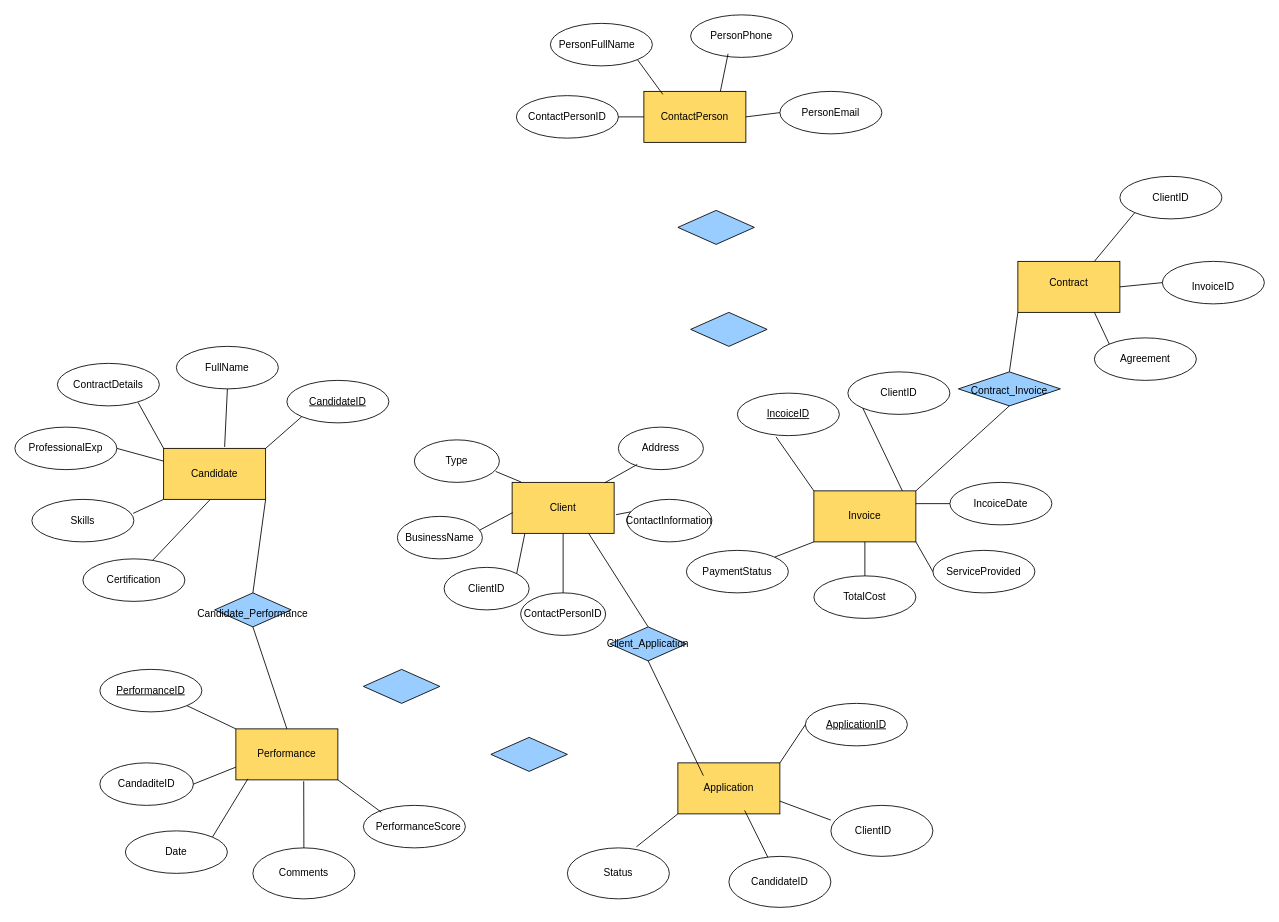
This is shcema.drawio from JPGR11/DataBaseCompetition, a draw.io file, before an edit. Source tidied: cells renumbered, new cells numbered last; positions are measured from the earlier drawing's top-left corner, leaving out a move shared by most shapes. Both pictures are drawn from the tidied source at 85%, with x=0, y=0 at pixel (14, 14).
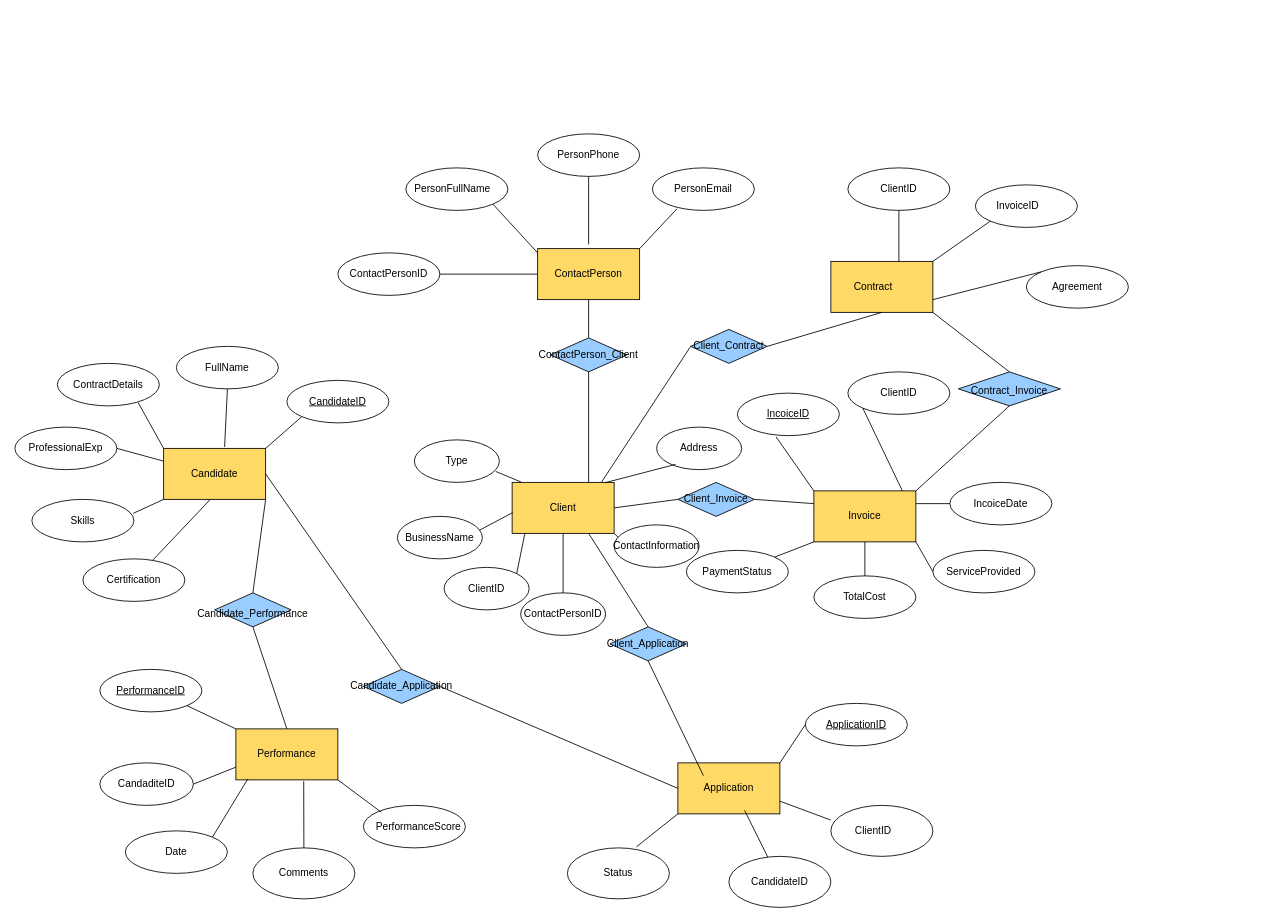
After the change.

The change refers to these unchanged cells:
```xml
<mxCell id="3" style="rounded=0;whiteSpace=wrap;html=1;fillColor=#FFD966;" parent="1" vertex="1">
  <mxGeometry x="585" y="550" width="120" height="60" as="geometry" />
</mxCell>
<mxCell id="4" style="rounded=0;whiteSpace=wrap;html=1;fillColor=#FFD966;" parent="1" vertex="1">
  <mxGeometry x="175" y="510" width="120" height="60" as="geometry" />
</mxCell>
<mxCell id="23" style="rounded=0;whiteSpace=wrap;html=1;fillColor=#FFD966;" parent="1" vertex="1">
  <mxGeometry x="780" y="880" width="120" height="60" as="geometry" />
</mxCell>
<mxCell id="37" style="rounded=0;whiteSpace=wrap;html=1;fillColor=#FFD966;" parent="1" vertex="1">
  <mxGeometry x="940" y="560" width="120" height="60" as="geometry" />
</mxCell>
<mxCell id="96" style="rhombus;whiteSpace=wrap;html=1;fillColor=#99CCFF;" parent="1" vertex="1">
  <mxGeometry x="1110" y="420" width="120" height="40" as="geometry" />
</mxCell>
```

The edit, as a diff of the source:
```diff
@@
-    <mxCell id="2" value="ContactPerson" style="rounded=0;whiteSpace=wrap;html=1;fillColor=#FFD966;" parent="1" vertex="1">
-      <mxGeometry x="740" y="90" width="120" height="60" as="geometry" />
-    </mxCell>
@@
     <mxCell id="6" style="rounded=0;whiteSpace=wrap;html=1;fillColor=#FFD966;" parent="1" vertex="1">
-      <mxGeometry x="1180" y="290" width="120" height="60" as="geometry" />
+      <mxGeometry x="960" y="290" width="120" height="60" as="geometry" />
     </mxCell>
@@
     <mxCell id="57" style="ellipse;whiteSpace=wrap;html=1;" parent="1" vertex="1">
-      <mxGeometry x="1300" y="190" width="120" height="50" as="geometry" />
+      <mxGeometry x="980" y="180" width="120" height="50" as="geometry" />
     </mxCell>
     <mxCell id="58" style="ellipse;whiteSpace=wrap;html=1;" parent="1" vertex="1">
-      <mxGeometry x="1350" y="290" width="120" height="50" as="geometry" />
+      <mxGeometry x="1130" y="200" width="120" height="50" as="geometry" />
     </mxCell>
     <mxCell id="59" style="ellipse;whiteSpace=wrap;html=1;" parent="1" vertex="1">
-      <mxGeometry x="1270" y="380" width="120" height="50" as="geometry" />
+      <mxGeometry x="1190" y="295" width="120" height="50" as="geometry" />
     </mxCell>
     <mxCell id="60" value="Agreement" style="text;html=1;align=center;verticalAlign=middle;whiteSpace=wrap;rounded=0;" parent="1" vertex="1">
-      <mxGeometry x="1300" y="390" width="60" height="30" as="geometry" />
+      <mxGeometry x="1220" y="305" width="60" height="30" as="geometry" />
     </mxCell>
     <mxCell id="61" value="InvoiceID" style="text;html=1;align=center;verticalAlign=middle;whiteSpace=wrap;rounded=0;" parent="1" vertex="1">
-      <mxGeometry x="1380" y="305" width="60" height="30" as="geometry" />
+      <mxGeometry x="1150" y="210" width="60" height="30" as="geometry" />
     </mxCell>
     <mxCell id="62" value="ClientID" style="text;html=1;align=center;verticalAlign=middle;whiteSpace=wrap;rounded=0;" parent="1" vertex="1">
-      <mxGeometry x="1330" y="200" width="60" height="30" as="geometry" />
+      <mxGeometry x="1010" y="190" width="60" height="30" as="geometry" />
     </mxCell>
-    <mxCell id="63" style="endArrow=none;html=1;rounded=0;entryX=0;entryY=1;entryDx=0;entryDy=0;exitX=0.75;exitY=0;exitDx=0;exitDy=0;" parent="1" edge="1" source="6" target="57">
-      <mxGeometry relative="1" as="geometry" />
+    <mxCell id="63" style="endArrow=none;html=1;rounded=0;entryX=0.5;entryY=1;entryDx=0;entryDy=0;" parent="1" edge="1" target="57">
+      <mxGeometry relative="1" as="geometry">
+        <mxPoint x="1040" y="290" as="sourcePoint" />
+      </mxGeometry>
     </mxCell>
-    <mxCell id="64" style="endArrow=none;html=1;rounded=0;exitX=0;exitY=0.5;exitDx=0;exitDy=0;entryX=1;entryY=0.5;entryDx=0;entryDy=0;" parent="1" edge="1" source="58" target="6">
+    <mxCell id="64" style="endArrow=none;html=1;rounded=0;exitX=0;exitY=1;exitDx=0;exitDy=0;entryX=1;entryY=0;entryDx=0;entryDy=0;" parent="1" edge="1" source="58" target="6">
       <mxGeometry relative="1" as="geometry" />
     </mxCell>
-    <mxCell id="65" style="endArrow=none;html=1;rounded=0;exitX=0.75;exitY=1;exitDx=0;exitDy=0;entryX=0;entryY=0;entryDx=0;entryDy=0;" parent="1" edge="1" source="6" target="59">
+    <mxCell id="65" style="endArrow=none;html=1;rounded=0;exitX=1;exitY=0.75;exitDx=0;exitDy=0;entryX=0;entryY=0;entryDx=0;entryDy=0;" parent="1" edge="1" source="6" target="59">
       <mxGeometry relative="1" as="geometry" />
     </mxCell>
     <mxCell id="66" value="Contract" style="text;html=1;align=center;verticalAlign=middle;whiteSpace=wrap;rounded=0;" parent="1" vertex="1">
-      <mxGeometry x="1210" y="300" width="60" height="30" as="geometry" />
+      <mxGeometry x="980" y="305" width="60" height="30" as="geometry" />
     </mxCell>
@@
     <mxCell id="88" style="ellipse;whiteSpace=wrap;html=1;" parent="1" vertex="1">
-      <mxGeometry x="720" y="570" width="100" height="50" as="geometry" />
+      <mxGeometry x="705" y="600" width="100" height="50" as="geometry" />
     </mxCell>
     <mxCell id="89" style="ellipse;whiteSpace=wrap;html=1;" parent="1" vertex="1">
-      <mxGeometry x="710" y="485" width="100" height="50" as="geometry" />
+      <mxGeometry x="755" y="485" width="100" height="50" as="geometry" />
     </mxCell>
@@
-    <mxCell id="92" style="rhombus;whiteSpace=wrap;html=1;fillColor=#99CCFF;" parent="1" vertex="1">
+    <mxCell id="92" value="Candidate_Application" style="rhombus;whiteSpace=wrap;html=1;fillColor=#99CCFF;" parent="1" vertex="1">
       <mxGeometry x="410" y="770" width="90" height="40" as="geometry" />
     </mxCell>
     <mxCell id="93" style="rhombus;whiteSpace=wrap;html=1;fillColor=#99CCFF;" parent="1" vertex="1">
-      <mxGeometry x="780" y="230" width="90" height="40" as="geometry" />
+      <mxGeometry x="630" y="380" width="90" height="40" as="geometry" />
     </mxCell>
@@
     <mxCell id="95" style="rhombus;whiteSpace=wrap;html=1;fillColor=#99CCFF;" parent="1" vertex="1">
-      <mxGeometry x="795" y="350" width="90" height="40" as="geometry" />
+      <mxGeometry x="780" y="550" width="90" height="40" as="geometry" />
     </mxCell>
@@
-    <mxCell id="97" style="rhombus;whiteSpace=wrap;html=1;fillColor=#99CCFF;" parent="1" vertex="1">
-      <mxGeometry x="560" y="850" width="90" height="40" as="geometry" />
+    <mxCell id="97" value="Client_Contract" style="rhombus;whiteSpace=wrap;html=1;fillColor=#99CCFF;" parent="1" vertex="1">
+      <mxGeometry x="795" y="370" width="90" height="40" as="geometry" />
     </mxCell>
@@
-    <mxCell id="101" style="endArrow=none;html=1;rounded=0;entryX=0;entryY=1;entryDx=0;entryDy=0;exitX=0.5;exitY=0;exitDx=0;exitDy=0;" parent="1" edge="1" source="96" target="6">
+    <mxCell id="101" style="endArrow=none;html=1;rounded=0;entryX=1;entryY=1;entryDx=0;entryDy=0;exitX=0.5;exitY=0;exitDx=0;exitDy=0;" parent="1" edge="1" source="96" target="6">
       <mxGeometry relative="1" as="geometry" />
     </mxCell>
@@
     <mxCell id="109" value="ContactInformation" style="text;html=1;align=center;verticalAlign=middle;whiteSpace=wrap;rounded=0;" parent="1" vertex="1">
-      <mxGeometry x="740" y="580" width="60" height="30" as="geometry" />
+      <mxGeometry x="725" y="610" width="60" height="30" as="geometry" />
     </mxCell>
     <mxCell id="110" value="Address" style="text;html=1;align=center;verticalAlign=middle;whiteSpace=wrap;rounded=0;" parent="1" vertex="1">
-      <mxGeometry x="730" y="495" width="60" height="30" as="geometry" />
+      <mxGeometry x="775" y="495" width="60" height="30" as="geometry" />
     </mxCell>
@@
-    <mxCell id="120" style="endArrow=none;html=1;rounded=0;entryX=0.048;entryY=0.293;entryDx=0;entryDy=0;exitX=1.019;exitY=0.633;exitDx=0;exitDy=0;entryPerimeter=0;exitPerimeter=0;" parent="1" edge="1" source="3" target="88">
+    <mxCell id="120" style="endArrow=none;html=1;rounded=0;entryX=0.048;entryY=0.293;entryDx=0;entryDy=0;exitX=1;exitY=1;exitDx=0;exitDy=0;entryPerimeter=0;" parent="1" edge="1" source="3" target="88">
       <mxGeometry relative="1" as="geometry" />
     </mxCell>
-    <mxCell id="121" style="ellipse;whiteSpace=wrap;html=1;" parent="1" vertex="1">
-      <mxGeometry x="795" width="120" height="50" as="geometry" />
-    </mxCell>
-    <mxCell id="122" style="ellipse;whiteSpace=wrap;html=1;" parent="1" vertex="1">
-      <mxGeometry x="630" y="10" width="120" height="50" as="geometry" />
-    </mxCell>
-    <mxCell id="123" style="ellipse;whiteSpace=wrap;html=1;" parent="1" vertex="1">
-      <mxGeometry x="590" y="95" width="120" height="50" as="geometry" />
-    </mxCell>
-    <mxCell id="124" style="ellipse;whiteSpace=wrap;html=1;" parent="1" vertex="1">
-      <mxGeometry x="900" y="90" width="120" height="50" as="geometry" />
-    </mxCell>
+    <mxCell id="2" value="ContactPerson" style="rounded=0;whiteSpace=wrap;html=1;fillColor=#FFD966;" parent="1" vertex="1">
+      <mxGeometry x="615" y="275" width="120" height="60" as="geometry" />
+    </mxCell>
+    <mxCell id="133" style="ellipse;whiteSpace=wrap;html=1;" parent="1" vertex="1">
+      <mxGeometry x="615" y="140" width="120" height="50" as="geometry" />
+    </mxCell>
+    <mxCell id="134" style="ellipse;whiteSpace=wrap;html=1;" parent="1" vertex="1">
+      <mxGeometry x="460" y="180" width="120" height="50" as="geometry" />
+    </mxCell>
+    <mxCell id="135" style="ellipse;whiteSpace=wrap;html=1;" parent="1" vertex="1">
+      <mxGeometry x="380" y="280" width="120" height="50" as="geometry" />
+    </mxCell>
+    <mxCell id="136" style="ellipse;whiteSpace=wrap;html=1;" parent="1" vertex="1">
+      <mxGeometry x="750" y="180" width="120" height="50" as="geometry" />
+    </mxCell>
     <mxCell id="125" value="PersonEmail" style="text;html=1;align=center;verticalAlign=middle;whiteSpace=wrap;rounded=0;" parent="1" vertex="1">
-      <mxGeometry x="930" y="100" width="60" height="30" as="geometry" />
+      <mxGeometry x="780" y="190" width="60" height="30" as="geometry" />
     </mxCell>
     <mxCell id="126" value="PersonPhone" style="text;html=1;align=center;verticalAlign=middle;whiteSpace=wrap;rounded=0;" parent="1" vertex="1">
-      <mxGeometry x="825" y="10" width="60" height="30" as="geometry" />
+      <mxGeometry x="645" y="150" width="60" height="30" as="geometry" />
     </mxCell>
     <mxCell id="127" value="PersonFullName" style="text;html=1;align=center;verticalAlign=middle;whiteSpace=wrap;rounded=0;" parent="1" vertex="1">
-      <mxGeometry x="655" y="20" width="60" height="30" as="geometry" />
+      <mxGeometry x="485" y="190" width="60" height="30" as="geometry" />
     </mxCell>
     <mxCell id="128" value="ContactPersonID" style="text;html=1;align=center;verticalAlign=middle;whiteSpace=wrap;rounded=0;" parent="1" vertex="1">
-      <mxGeometry x="620" y="105" width="60" height="30" as="geometry" />
+      <mxGeometry x="410" y="290" width="60" height="30" as="geometry" />
     </mxCell>
-    <mxCell id="129" style="endArrow=none;html=1;rounded=0;exitX=0;exitY=0.5;exitDx=0;exitDy=0;entryX=1;entryY=0.5;entryDx=0;entryDy=0;" parent="1" edge="1" source="124" target="2">
-      <mxGeometry relative="1" as="geometry" />
-    </mxCell>
-    <mxCell id="130" style="endArrow=none;html=1;rounded=0;entryX=0.367;entryY=0.916;entryDx=0;entryDy=0;entryPerimeter=0;exitX=0.75;exitY=0;exitDx=0;exitDy=0;" parent="1" edge="1" source="2" target="121">
-      <mxGeometry relative="1" as="geometry" />
-    </mxCell>
-    <mxCell id="131" style="endArrow=none;html=1;rounded=0;exitX=1;exitY=1;exitDx=0;exitDy=0;entryX=0.186;entryY=0.059;entryDx=0;entryDy=0;entryPerimeter=0;" parent="1" edge="1" source="122" target="2">
-      <mxGeometry relative="1" as="geometry" />
-    </mxCell>
-    <mxCell id="132" style="endArrow=none;html=1;rounded=0;entryX=0;entryY=0.5;entryDx=0;entryDy=0;exitX=1;exitY=0.5;exitDx=0;exitDy=0;" parent="1" edge="1" source="123" target="2">
-      <mxGeometry relative="1" as="geometry" />
-    </mxCell>
+    <mxCell id="137" style="endArrow=none;html=1;rounded=0;exitX=0.242;exitY=0.96;exitDx=0;exitDy=0;entryX=1;entryY=0;entryDx=0;entryDy=0;exitPerimeter=0;" parent="1" edge="1" source="136" target="2">
+      <mxGeometry relative="1" as="geometry" />
+    </mxCell>
+    <mxCell id="138" style="endArrow=none;html=1;rounded=0;entryX=0.5;entryY=1;entryDx=0;entryDy=0;" parent="1" edge="1" target="133">
+      <mxGeometry relative="1" as="geometry">
+        <mxPoint x="675" y="270" as="sourcePoint" />
+      </mxGeometry>
+    </mxCell>
+    <mxCell id="139" style="endArrow=none;html=1;rounded=0;exitX=1;exitY=1;exitDx=0;exitDy=0;entryX=0;entryY=0.083;entryDx=0;entryDy=0;entryPerimeter=0;" parent="1" edge="1" source="134" target="2">
+      <mxGeometry relative="1" as="geometry" />
+    </mxCell>
+    <mxCell id="140" style="endArrow=none;html=1;rounded=0;entryX=0;entryY=0.5;entryDx=0;entryDy=0;exitX=1;exitY=0.5;exitDx=0;exitDy=0;" parent="1" edge="1" source="135" target="2">
+      <mxGeometry relative="1" as="geometry" />
+    </mxCell>
+    <mxCell id="141" style="endArrow=none;html=1;rounded=0;entryX=0.5;entryY=0;entryDx=0;entryDy=0;exitX=0.5;exitY=1;exitDx=0;exitDy=0;" parent="1" edge="1" source="2" target="93">
+      <mxGeometry relative="1" as="geometry" />
+    </mxCell>
+    <mxCell id="142" style="endArrow=none;html=1;rounded=0;entryX=0.5;entryY=1;entryDx=0;entryDy=0;exitX=0.75;exitY=0;exitDx=0;exitDy=0;" parent="1" edge="1" source="3" target="93">
+      <mxGeometry relative="1" as="geometry" />
+    </mxCell>
+    <mxCell id="143" value="ContactPerson_Client" style="text;html=1;align=center;verticalAlign=middle;whiteSpace=wrap;rounded=0;" parent="1" vertex="1">
+      <mxGeometry x="645" y="385" width="60" height="30" as="geometry" />
+    </mxCell>
+    <mxCell id="144" value="Client_Invoice" style="text;html=1;align=center;verticalAlign=middle;whiteSpace=wrap;rounded=0;" parent="1" vertex="1">
+      <mxGeometry x="795" y="555" width="60" height="30" as="geometry" />
+    </mxCell>
+    <mxCell id="145" style="endArrow=none;html=1;rounded=0;entryX=0;entryY=0.5;entryDx=0;entryDy=0;exitX=1;exitY=0.5;exitDx=0;exitDy=0;" parent="1" edge="1" source="3" target="95">
+      <mxGeometry relative="1" as="geometry" />
+    </mxCell>
+    <mxCell id="146" style="endArrow=none;html=1;rounded=0;exitX=0;exitY=0.25;exitDx=0;exitDy=0;entryX=1;entryY=0.5;entryDx=0;entryDy=0;" parent="1" edge="1" source="37" target="95">
+      <mxGeometry relative="1" as="geometry" />
+    </mxCell>
+    <mxCell id="147" style="endArrow=none;html=1;rounded=0;entryX=0;entryY=0.5;entryDx=0;entryDy=0;" parent="1" edge="1" target="97">
+      <mxGeometry relative="1" as="geometry">
+        <mxPoint x="690" y="550" as="sourcePoint" />
+      </mxGeometry>
+    </mxCell>
+    <mxCell id="148" style="endArrow=none;html=1;rounded=0;entryX=0.5;entryY=1;entryDx=0;entryDy=0;exitX=1;exitY=0.5;exitDx=0;exitDy=0;" parent="1" edge="1" source="97" target="6">
+      <mxGeometry relative="1" as="geometry" />
+    </mxCell>
+    <mxCell id="149" style="endArrow=none;html=1;rounded=0;exitX=0.5;exitY=0;exitDx=0;exitDy=0;entryX=1;entryY=0.5;entryDx=0;entryDy=0;" parent="1" edge="1" source="92" target="4">
+      <mxGeometry relative="1" as="geometry" />
+    </mxCell>
+    <mxCell id="150" style="endArrow=none;html=1;rounded=0;entryX=1;entryY=0.5;entryDx=0;entryDy=0;exitX=0;exitY=0.5;exitDx=0;exitDy=0;" parent="1" edge="1" source="23" target="92">
+      <mxGeometry relative="1" as="geometry" />
+    </mxCell>
```
